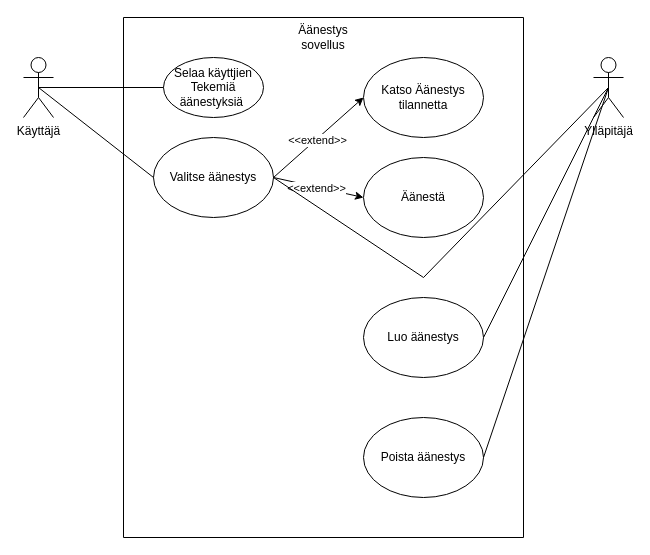
Above: Use Case -kaavio piirros.drawio in Deadlyweather/Use_Case_Kaavio (draw.io), before the change. Source tidied: cells renumbered, new cells numbered last; positions are measured from the earlier drawing's top-left corner, leaving out a move shared by most shapes. Both pictures are drawn from the tidied source at 100%, with x=0, y=0 at pixel (23, 17).
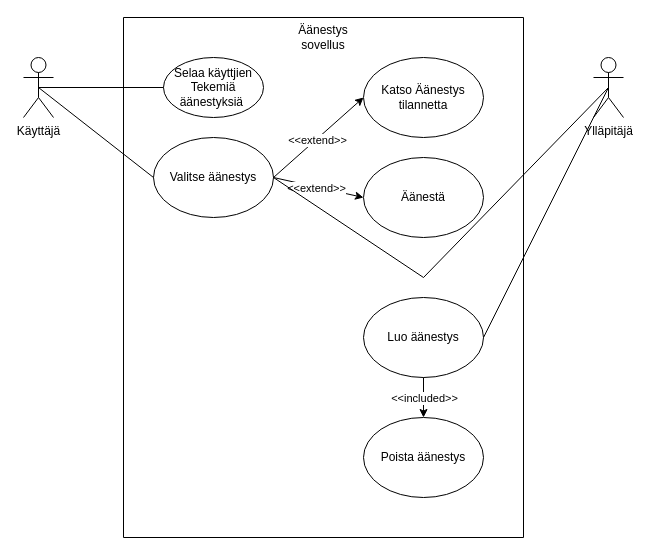
The same page after the edit.

The change refers to these unchanged cells:
```xml
<mxCell id="3" style="swimlane;startSize=0;" parent="1" vertex="1">
  <mxGeometry x="100" width="400" height="520" as="geometry" />
</mxCell>
<mxCell id="6" value="Luo äänestys" style="ellipse;whiteSpace=wrap;html=1;" parent="3" vertex="1">
  <mxGeometry x="240" y="280" width="120" height="80" as="geometry" />
</mxCell>
<mxCell id="7" value="Poista äänestys" style="ellipse;whiteSpace=wrap;html=1;" parent="3" vertex="1">
  <mxGeometry x="240" y="400" width="120" height="80" as="geometry" />
</mxCell>
<mxCell id="15" value="Ylläpitäjä" style="shape=umlActor;verticalLabelPosition=bottom;verticalAlign=top;html=1;outlineConnect=0;" parent="1" vertex="1">
  <mxGeometry x="570" y="40" width="30" height="60" as="geometry" />
</mxCell>
```

Diff of the diagram source:
```diff
@@
+    <mxCell id="21" style="endArrow=classic;html=1;rounded=0;exitX=0.5;exitY=1;exitDx=0;exitDy=0;entryX=0.5;entryY=0;entryDx=0;entryDy=0;" parent="3" edge="1" source="6" target="7">
+      <mxGeometry relative="1" as="geometry" />
+    </mxCell>
+    <mxCell id="22" value="&amp;lt;&amp;lt;included&amp;gt;&amp;gt;" style="edgeLabel;html=1;align=center;verticalAlign=middle;" parent="21" vertex="1">
+      <mxGeometry relative="1" as="geometry" />
+    </mxCell>
@@
-    <mxCell id="20" style="endArrow=none;html=1;rounded=0;exitX=1;exitY=0.5;exitDx=0;exitDy=0;entryX=0.5;entryY=0.5;entryDx=0;entryDy=0;entryPerimeter=0;" parent="1" edge="1" source="7" target="15">
-      <mxGeometry relative="1" as="geometry" />
-    </mxCell>
```
